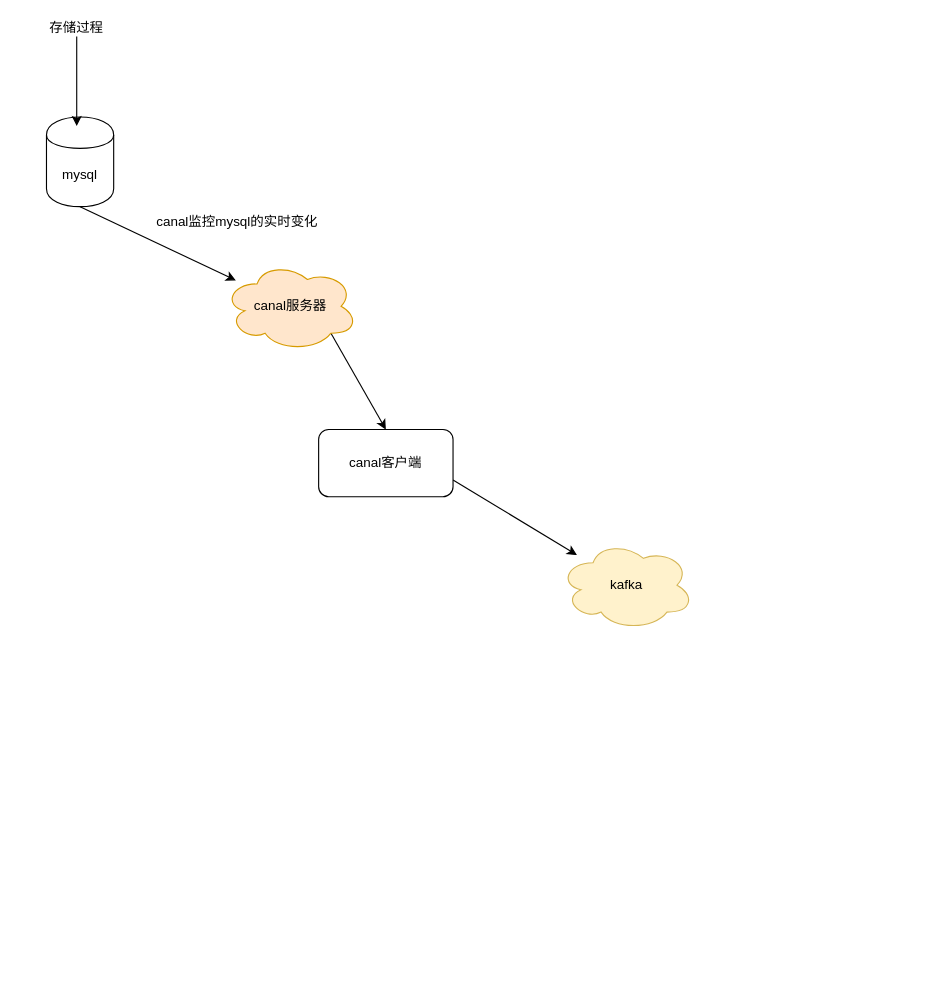
zhenchao125/gmall1015 keeps this draw.io diagram as page "canal读取数据" (5 of 7) of 图示.drawio. Above is the earlier version. Source tidied: cells renumbered, new cells numbered last; positions are measured from the earlier drawing's top-left corner, leaving out a move shared by most shapes. Both pictures are drawn from the tidied source at 112%, with x=0, y=0 at pixel (19, 19).
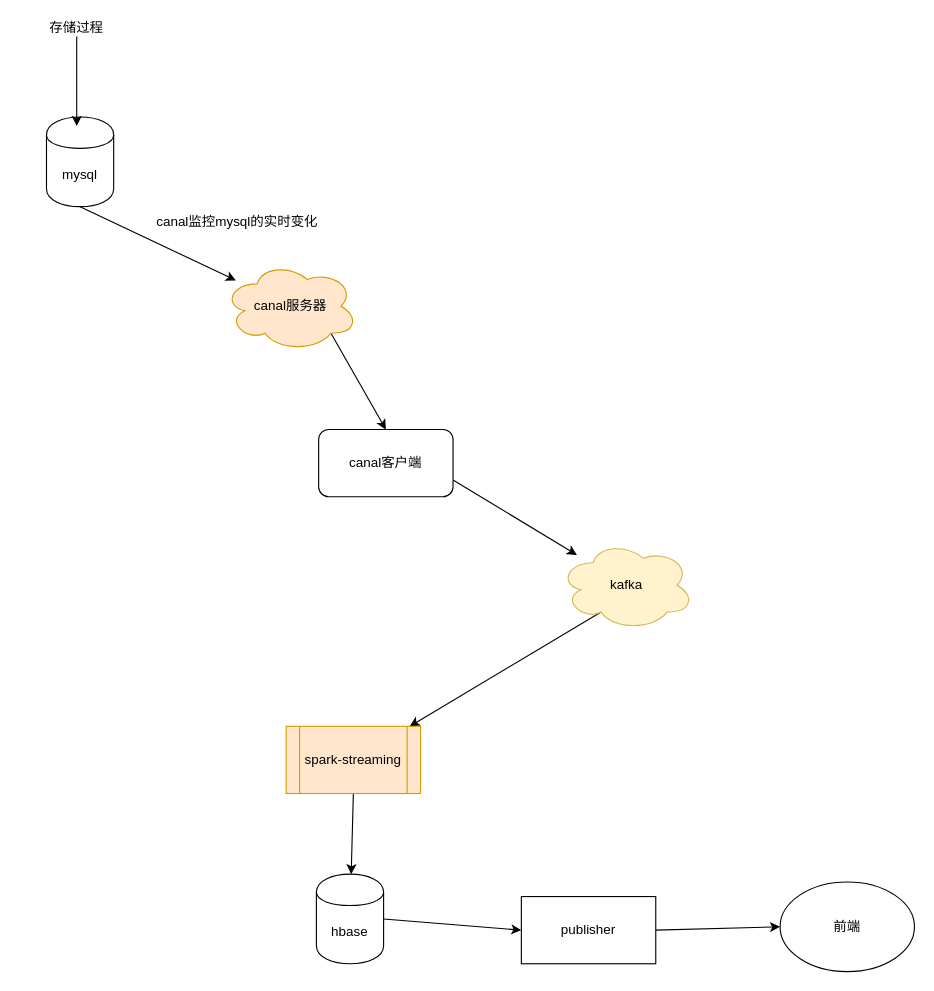
After the change.

Change to the diagram source:
```diff
@@
 <mxGraphModel>
   <root>
     <mxCell id="0" />
     <mxCell id="1" parent="0" />
     <mxCell id="2" style="edgeStyle=none;rounded=0;jettySize=auto;html=1;exitX=0.5;exitY=1;exitDx=0;exitDy=0;" parent="1" edge="1" source="3" target="7">
       <mxGeometry relative="1" as="geometry" />
     </mxCell>
     <mxCell id="3" value="mysql" style="shape=cylinder;whiteSpace=wrap;html=1;boundedLbl=1;backgroundOutline=1;" parent="1" vertex="1">
       <mxGeometry x="24" y="87" width="60" height="80" as="geometry" />
     </mxCell>
     <mxCell id="4" style="edgeStyle=orthogonalEdgeStyle;rounded=0;jettySize=auto;html=1;exitX=0.5;exitY=1;exitDx=0;exitDy=0;entryX=0.45;entryY=0.1;entryDx=0;entryDy=0;entryPerimeter=0;" parent="1" edge="1" source="5" target="3">
       <mxGeometry relative="1" as="geometry" />
     </mxCell>
     <mxCell id="5" value="存储过程" style="text;html=1;strokeColor=none;fillColor=none;align=center;verticalAlign=middle;whiteSpace=wrap;rounded=0;" parent="1" vertex="1">
       <mxGeometry width="102" height="15" as="geometry" />
     </mxCell>
     <mxCell id="6" style="edgeStyle=none;rounded=0;jettySize=auto;html=1;exitX=0.8;exitY=0.8;exitDx=0;exitDy=0;exitPerimeter=0;entryX=0.5;entryY=0;entryDx=0;entryDy=0;" parent="1" edge="1" source="7" target="10">
       <mxGeometry relative="1" as="geometry" />
     </mxCell>
     <mxCell id="7" value="canal服务器" style="ellipse;shape=cloud;whiteSpace=wrap;html=1;fillColor=#ffe6cc;strokeColor=#d79b00;" parent="1" vertex="1">
       <mxGeometry x="182" y="216" width="120" height="80" as="geometry" />
     </mxCell>
     <mxCell id="8" value="canal监控mysql的实时变化" style="text;html=1;align=center;verticalAlign=middle;" parent="1" vertex="1">
       <mxGeometry x="117" y="172" width="154" height="18" as="geometry" />
     </mxCell>
     <mxCell id="9" style="edgeStyle=none;rounded=0;jettySize=auto;html=1;exitX=1;exitY=0.75;exitDx=0;exitDy=0;" parent="1" edge="1" source="10" target="11">
       <mxGeometry relative="1" as="geometry" />
     </mxCell>
     <mxCell id="10" value="canal客户端" style="rounded=1;whiteSpace=wrap;html=1;" parent="1" vertex="1">
       <mxGeometry x="267" y="366" width="120" height="60" as="geometry" />
     </mxCell>
+    <mxCell id="12" style="rounded=0;jettySize=auto;html=1;exitX=0.31;exitY=0.8;exitDx=0;exitDy=0;exitPerimeter=0;" parent="1" edge="1" source="11" target="14">
+      <mxGeometry relative="1" as="geometry" />
+    </mxCell>
     <mxCell id="11" value="kafka" style="ellipse;shape=cloud;whiteSpace=wrap;html=1;fillColor=#fff2cc;strokeColor=#d6b656;" parent="1" vertex="1">
       <mxGeometry x="482" y="465" width="120" height="80" as="geometry" />
     </mxCell>
+    <mxCell id="13" style="edgeStyle=none;rounded=0;jettySize=auto;html=1;exitX=0.5;exitY=1;exitDx=0;exitDy=0;" parent="1" edge="1" source="14" target="16">
+      <mxGeometry relative="1" as="geometry" />
+    </mxCell>
+    <mxCell id="14" value="spark-streaming" style="shape=process;whiteSpace=wrap;html=1;backgroundOutline=1;fillColor=#ffe6cc;strokeColor=#d79b00;" parent="1" vertex="1">
+      <mxGeometry x="238" y="631" width="120" height="60" as="geometry" />
+    </mxCell>
+    <mxCell id="15" style="edgeStyle=none;rounded=0;jettySize=auto;html=1;exitX=1;exitY=0.5;exitDx=0;exitDy=0;entryX=0;entryY=0.5;entryDx=0;entryDy=0;" parent="1" edge="1" source="16" target="18">
+      <mxGeometry relative="1" as="geometry" />
+    </mxCell>
+    <mxCell id="16" value="hbase" style="shape=cylinder;whiteSpace=wrap;html=1;boundedLbl=1;backgroundOutline=1;" parent="1" vertex="1">
+      <mxGeometry x="265" y="763" width="60" height="80" as="geometry" />
+    </mxCell>
+    <mxCell id="17" style="edgeStyle=none;rounded=0;jettySize=auto;html=1;exitX=1;exitY=0.5;exitDx=0;exitDy=0;entryX=0;entryY=0.5;entryDx=0;entryDy=0;" parent="1" edge="1" source="18" target="19">
+      <mxGeometry relative="1" as="geometry" />
+    </mxCell>
+    <mxCell id="18" value="publisher" style="rounded=0;whiteSpace=wrap;html=1;" parent="1" vertex="1">
+      <mxGeometry x="448" y="783" width="120" height="60" as="geometry" />
+    </mxCell>
+    <mxCell id="19" value="前端" style="ellipse;whiteSpace=wrap;html=1;" parent="1" vertex="1">
+      <mxGeometry x="679" y="770" width="120" height="80" as="geometry" />
+    </mxCell>
   </root>
 </mxGraphModel>
```
